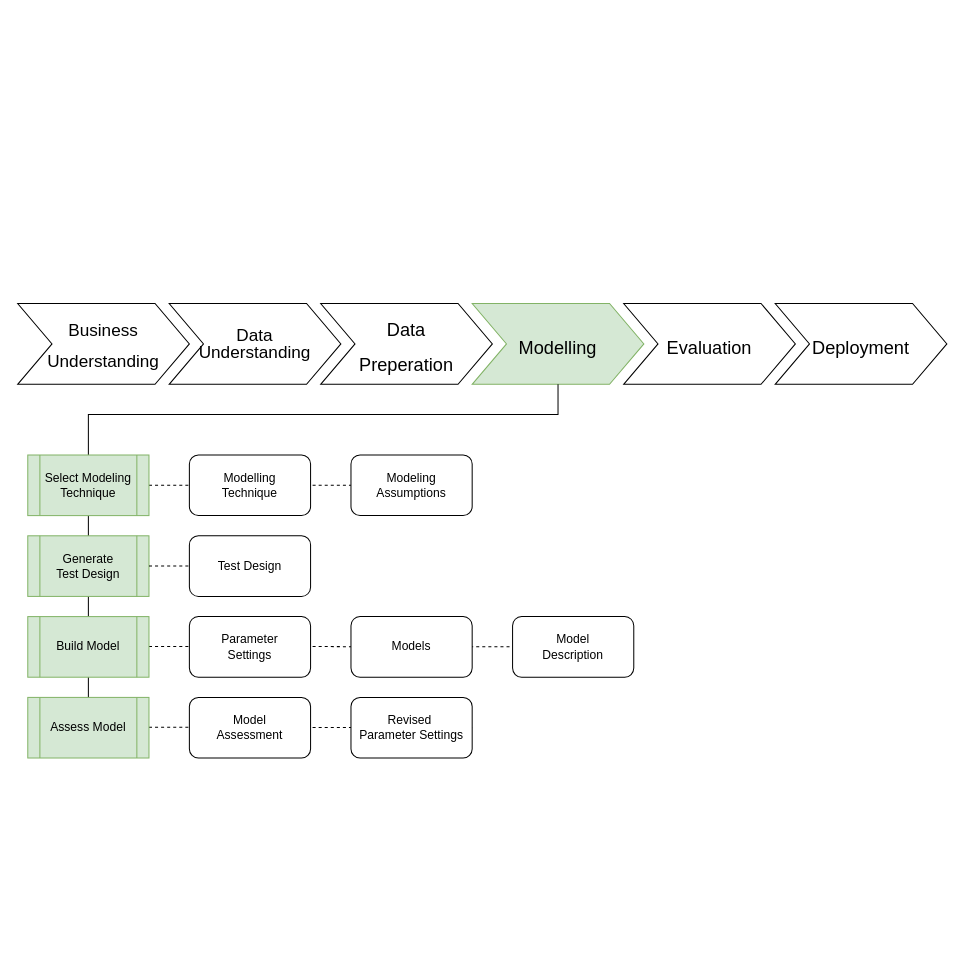
Before: page "Phase 3 Modelling" (4 of 7) of drawings/CRISP_ML(Q)_Phases.drawio in dominik-pichler/CRISPy-Framework, a draw.io diagram. Source tidied: cells renumbered, new cells numbered last; positions are measured from the earlier drawing's top-left corner, leaving out a move shared by most shapes. Both pictures are drawn from the tidied source at 101%, with x=0, y=0 at pixel (17, 303).
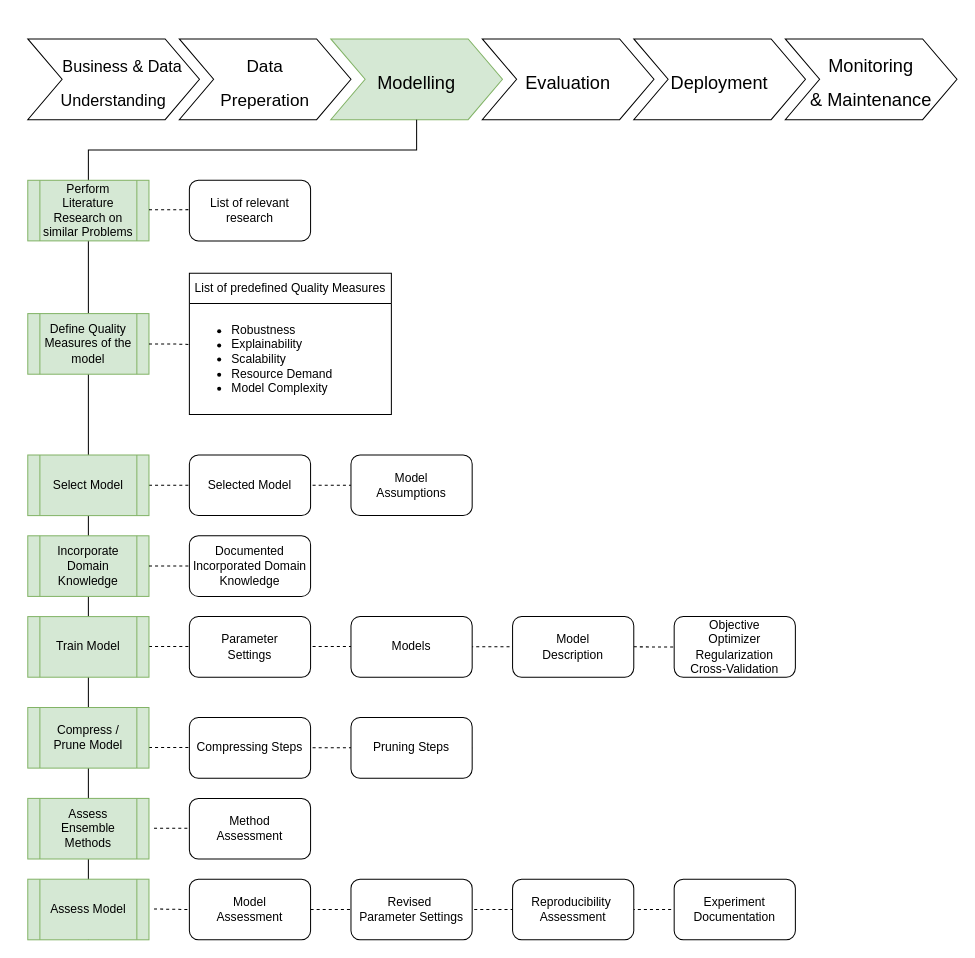
After the change.

Unchanged cells that the change refers to:
```xml
<mxCell id="25" value="Model &lt;br&gt;Description" style="rounded=1;whiteSpace=wrap;html=1;" parent="1" vertex="1">
  <mxGeometry x="490" y="310" width="120" height="60" as="geometry" />
</mxCell>
```

The edit, as a diff of the source:
```diff
@@
-    <mxCell id="2" style="endArrow=none;dashed=1;html=1;rounded=0;" parent="1" edge="1">
-      <mxGeometry relative="1" as="geometry">
-        <mxPoint x="130" y="419.5" as="sourcePoint" />
-        <mxPoint x="450" y="420" as="targetPoint" />
-      </mxGeometry>
+    <mxCell id="2" style="endArrow=none;dashed=1;html=1;rounded=0;entryX=0;entryY=0.5;entryDx=0;entryDy=0;" parent="1" edge="1" source="19" target="40">
+      <mxGeometry relative="1" as="geometry" />
     </mxCell>
@@
-    <mxCell id="5" style="endArrow=none;dashed=1;html=1;rounded=0;" parent="1" edge="1" target="25">
+    <mxCell id="5" style="endArrow=none;dashed=1;html=1;rounded=0;entryX=0;entryY=0.5;entryDx=0;entryDy=0;" parent="1" edge="1" target="31">
       <mxGeometry relative="1" as="geometry">
         <mxPoint x="130" y="339.5" as="sourcePoint" />
       </mxGeometry>
     </mxCell>
-    <mxCell id="6" value="&lt;p style=&quot;line-height: 90%; font-size: 17px;&quot;&gt;&lt;font style=&quot;font-size: 17px;&quot;&gt;Data &lt;br&gt;Understanding&lt;/font&gt;&lt;/p&gt;" style="shape=step;whiteSpace=wrap;html=1;fontSize=28;" parent="1" vertex="1">
-      <mxGeometry x="150" width="170" height="80" as="geometry" />
-    </mxCell>
-    <mxCell id="7" value="&lt;p style=&quot;line-height: 90%;&quot;&gt;&lt;font style=&quot;font-size: 17px;&quot;&gt;Business Understanding&lt;/font&gt;&lt;/p&gt;" style="shape=step;whiteSpace=wrap;html=1;fontSize=28;" parent="1" vertex="1">
-      <mxGeometry width="170" height="80" as="geometry" />
-    </mxCell>
-    <mxCell id="8" value="&lt;font style=&quot;font-size: 18px;&quot;&gt;Data &lt;br&gt;Preperation&lt;/font&gt;" style="shape=step;whiteSpace=wrap;html=1;fontSize=28;" parent="1" vertex="1">
-      <mxGeometry x="300" width="170" height="80" as="geometry" />
+    <mxCell id="8" value="&lt;font style=&quot;&quot;&gt;&lt;font style=&quot;font-size: 17px;&quot;&gt;Data &lt;/font&gt;&lt;br&gt;&lt;font style=&quot;font-size: 17px;&quot;&gt;Preperation&lt;/font&gt;&lt;/font&gt;" style="shape=step;whiteSpace=wrap;html=1;fontSize=28;" parent="1" vertex="1">
+      <mxGeometry x="160" y="-262" width="170" height="80" as="geometry" />
     </mxCell>
     <mxCell id="9" value="&lt;font style=&quot;font-size: 18px;&quot;&gt;Modelling&lt;/font&gt;" style="shape=step;whiteSpace=wrap;html=1;fontSize=28;fillColor=#d5e8d4;strokeColor=#82b366;" parent="1" vertex="1">
-      <mxGeometry x="450" width="170" height="80" as="geometry" />
+      <mxGeometry x="310" y="-262" width="170" height="80" as="geometry" />
     </mxCell>
     <mxCell id="10" value="&lt;font style=&quot;font-size: 18px;&quot;&gt;Evaluation&lt;/font&gt;" style="shape=step;whiteSpace=wrap;html=1;fontSize=28;" parent="1" vertex="1">
-      <mxGeometry x="600" width="170" height="80" as="geometry" />
+      <mxGeometry x="460" y="-262" width="170" height="80" as="geometry" />
     </mxCell>
     <mxCell id="11" value="&lt;font style=&quot;font-size: 18px;&quot;&gt;Deployment&lt;/font&gt;" style="shape=step;whiteSpace=wrap;html=1;fontSize=28;" parent="1" vertex="1">
-      <mxGeometry x="750" width="170" height="80" as="geometry" />
+      <mxGeometry x="610" y="-262" width="170" height="80" as="geometry" />
     </mxCell>
     <mxCell id="12" style="endArrow=none;html=1;rounded=0;exitX=0.5;exitY=0;exitDx=0;exitDy=0;edgeStyle=orthogonalEdgeStyle;entryX=0.5;entryY=1;entryDx=0;entryDy=0;" parent="1" edge="1" source="21" target="9">
       <mxGeometry relative="1" as="geometry">
         <Array as="points">
-          <mxPoint x="70" y="110" />
-          <mxPoint x="535" y="110" />
+          <mxPoint x="70" y="-152" />
+          <mxPoint x="395" y="-152" />
         </Array>
       </mxGeometry>
     </mxCell>
-    <mxCell id="13" value="Generate&lt;br&gt;Test Design" style="shape=process;whiteSpace=wrap;html=1;backgroundOutline=1;fillColor=#d5e8d4;strokeColor=#82b366;" parent="1" vertex="1">
+    <mxCell id="13" value="Incorporate Domain Knowledge" style="shape=process;whiteSpace=wrap;html=1;backgroundOutline=1;fillColor=#d5e8d4;strokeColor=#82b366;" parent="1" vertex="1">
       <mxGeometry x="10" y="230" width="120" height="60" as="geometry" />
     </mxCell>
-    <mxCell id="14" value="Build Model" style="shape=process;whiteSpace=wrap;html=1;backgroundOutline=1;fillColor=#d5e8d4;strokeColor=#82b366;glass=0;shadow=0;" parent="1" vertex="1">
+    <mxCell id="14" value="Train Model" style="shape=process;whiteSpace=wrap;html=1;backgroundOutline=1;fillColor=#d5e8d4;strokeColor=#82b366;glass=0;shadow=0;" parent="1" vertex="1">
       <mxGeometry x="10" y="310" width="120" height="60" as="geometry" />
     </mxCell>
     <mxCell id="15" value="Assess Model" style="shape=process;whiteSpace=wrap;html=1;backgroundOutline=1;fillColor=#d5e8d4;strokeColor=#82b366;" parent="1" vertex="1">
-      <mxGeometry x="10" y="390" width="120" height="60" as="geometry" />
+      <mxGeometry x="10" y="570" width="120" height="60" as="geometry" />
     </mxCell>
@@
-    <mxCell id="18" value="Test Design" style="rounded=1;whiteSpace=wrap;html=1;" parent="1" vertex="1">
+    <mxCell id="18" value="Documented Incorporated Domain Knowledge" style="rounded=1;whiteSpace=wrap;html=1;" parent="1" vertex="1">
       <mxGeometry x="170" y="230" width="120" height="60" as="geometry" />
     </mxCell>
-    <mxCell id="19" value="Model &lt;br&gt;Assessment" style="rounded=1;whiteSpace=wrap;html=1;" parent="1" vertex="1">
-      <mxGeometry x="170" y="390" width="120" height="60" as="geometry" />
-    </mxCell>
     <mxCell id="20" value="Revised&amp;nbsp;&lt;br&gt;Parameter Settings" style="rounded=1;whiteSpace=wrap;html=1;" parent="1" vertex="1">
-      <mxGeometry x="330" y="390" width="120" height="60" as="geometry" />
+      <mxGeometry x="330" y="570" width="120" height="60" as="geometry" />
     </mxCell>
-    <mxCell id="21" value="Select Modeling Technique" style="shape=process;whiteSpace=wrap;html=1;backgroundOutline=1;fillColor=#d5e8d4;strokeColor=#82b366;" parent="1" vertex="1">
+    <mxCell id="21" value="Select Model" style="shape=process;whiteSpace=wrap;html=1;backgroundOutline=1;fillColor=#d5e8d4;strokeColor=#82b366;" parent="1" vertex="1">
       <mxGeometry x="10" y="150" width="120" height="60" as="geometry" />
     </mxCell>
-    <mxCell id="22" value="Modelling &lt;br&gt;Technique" style="rounded=1;whiteSpace=wrap;html=1;" parent="1" vertex="1">
+    <mxCell id="22" value="Selected Model" style="rounded=1;whiteSpace=wrap;html=1;" parent="1" vertex="1">
       <mxGeometry x="170" y="150" width="120" height="60" as="geometry" />
     </mxCell>
-    <mxCell id="23" value="Modeling Assumptions" style="rounded=1;whiteSpace=wrap;html=1;" parent="1" vertex="1">
+    <mxCell id="23" value="Model&lt;br&gt;Assumptions" style="rounded=1;whiteSpace=wrap;html=1;" parent="1" vertex="1">
       <mxGeometry x="330" y="150" width="120" height="60" as="geometry" />
     </mxCell>
@@
+    <mxCell id="26" value="Perform Literature Research on similar Problems" style="shape=process;whiteSpace=wrap;html=1;backgroundOutline=1;fillColor=#d5e8d4;strokeColor=#82b366;" parent="1" vertex="1">
+      <mxGeometry x="10" y="-122" width="120" height="60" as="geometry" />
+    </mxCell>
+    <mxCell id="27" value="Define Quality Measures of the model" style="shape=process;whiteSpace=wrap;html=1;backgroundOutline=1;fillColor=#d5e8d4;strokeColor=#82b366;" parent="1" vertex="1">
+      <mxGeometry x="10" y="10" width="120" height="60" as="geometry" />
+    </mxCell>
+    <mxCell id="28" value="List of predefined Quality Measures" style="swimlane;fontStyle=0;horizontal=1;startSize=30;whiteSpace=wrap;html=1;" parent="1" vertex="1">
+      <mxGeometry x="170" y="-30" width="200" height="140" as="geometry" />
+    </mxCell>
+    <mxCell id="29" value="&lt;ul&gt;&lt;li&gt;&lt;span style=&quot;background-color: initial;&quot;&gt;Robustness&lt;/span&gt;&lt;/li&gt;&lt;li&gt;&lt;span style=&quot;background-color: initial;&quot;&gt;Explainability&lt;/span&gt;&lt;br&gt;&lt;/li&gt;&lt;li&gt;&lt;span style=&quot;background-color: initial;&quot;&gt;Scalability&lt;/span&gt;&lt;/li&gt;&lt;li&gt;&lt;span style=&quot;background-color: initial;&quot;&gt;Resource Demand&lt;/span&gt;&lt;/li&gt;&lt;li&gt;&lt;span style=&quot;background-color: initial;&quot;&gt;Model Complexity&lt;/span&gt;&lt;/li&gt;&lt;/ul&gt;" style="text;strokeColor=none;fillColor=none;html=1;whiteSpace=wrap;verticalAlign=middle;overflow=hidden;" parent="28" vertex="1">
+      <mxGeometry y="30" width="200" height="110" as="geometry" />
+    </mxCell>
+    <mxCell id="30" style="edgeStyle=orthogonalEdgeStyle;rounded=0;jettySize=auto;html=1;exitX=1;exitY=0.5;exitDx=0;exitDy=0;entryX=0.003;entryY=0.369;entryDx=0;entryDy=0;entryPerimeter=0;endArrow=none;endFill=0;dashed=1;" parent="1" edge="1" source="27" target="29">
+      <mxGeometry relative="1" as="geometry" />
+    </mxCell>
+    <mxCell id="31" value="Objective&lt;div&gt;Optimizer&lt;/div&gt;&lt;div&gt;Regularization&lt;/div&gt;&lt;div&gt;Cross-Validation&lt;/div&gt;" style="rounded=1;whiteSpace=wrap;html=1;" parent="1" vertex="1">
+      <mxGeometry x="650" y="310" width="120" height="60" as="geometry" />
+    </mxCell>
+    <mxCell id="32" style="endArrow=none;dashed=1;html=1;rounded=0;" parent="1" edge="1">
+      <mxGeometry relative="1" as="geometry">
+        <mxPoint x="130" y="439.5" as="sourcePoint" />
+        <mxPoint x="450" y="440" as="targetPoint" />
+      </mxGeometry>
+    </mxCell>
+    <mxCell id="33" value="Compress / Prune Model" style="shape=process;whiteSpace=wrap;html=1;backgroundOutline=1;fillColor=#d5e8d4;strokeColor=#82b366;" parent="1" vertex="1">
+      <mxGeometry x="10" y="400" width="120" height="60" as="geometry" />
+    </mxCell>
+    <mxCell id="34" value="Compressing Steps" style="rounded=1;whiteSpace=wrap;html=1;" parent="1" vertex="1">
+      <mxGeometry x="170" y="410" width="120" height="60" as="geometry" />
+    </mxCell>
+    <mxCell id="35" value="Pruning Steps" style="rounded=1;whiteSpace=wrap;html=1;" parent="1" vertex="1">
+      <mxGeometry x="330" y="410" width="120" height="60" as="geometry" />
+    </mxCell>
+    <mxCell id="36" style="endArrow=none;dashed=1;html=1;rounded=0;entryX=1;entryY=0.5;entryDx=0;entryDy=0;" parent="1" edge="1" target="38">
+      <mxGeometry relative="1" as="geometry">
+        <mxPoint x="135" y="519.5" as="sourcePoint" />
+      </mxGeometry>
+    </mxCell>
+    <mxCell id="37" value="Assess Ensemble Methods" style="shape=process;whiteSpace=wrap;html=1;backgroundOutline=1;fillColor=#d5e8d4;strokeColor=#82b366;" parent="1" vertex="1">
+      <mxGeometry x="10" y="490" width="120" height="60" as="geometry" />
+    </mxCell>
+    <mxCell id="38" value="Method&lt;br&gt;Assessment" style="rounded=1;whiteSpace=wrap;html=1;" parent="1" vertex="1">
+      <mxGeometry x="170" y="490" width="120" height="60" as="geometry" />
+    </mxCell>
+    <mxCell id="39" value="Reproducibility&amp;nbsp;&lt;br&gt;Assessment" style="rounded=1;whiteSpace=wrap;html=1;" parent="1" vertex="1">
+      <mxGeometry x="490" y="570" width="120" height="60" as="geometry" />
+    </mxCell>
+    <mxCell id="40" value="Experiment Documentation" style="rounded=1;whiteSpace=wrap;html=1;" parent="1" vertex="1">
+      <mxGeometry x="650" y="570" width="120" height="60" as="geometry" />
+    </mxCell>
+    <mxCell id="41" style="endArrow=none;dashed=1;html=1;rounded=0;entryX=0;entryY=0.5;entryDx=0;entryDy=0;" parent="1" edge="1" target="19">
+      <mxGeometry relative="1" as="geometry">
+        <mxPoint x="135" y="599.5" as="sourcePoint" />
+      </mxGeometry>
+    </mxCell>
+    <mxCell id="19" value="Model &lt;br&gt;Assessment" style="rounded=1;whiteSpace=wrap;html=1;" parent="1" vertex="1">
+      <mxGeometry x="170" y="570" width="120" height="60" as="geometry" />
+    </mxCell>
+    <mxCell id="42" value="&lt;p&gt;&lt;span style=&quot;font-size: 18px; background-color: initial;&quot;&gt;Monitoring &lt;br&gt;&amp;amp; Maintenance&lt;/span&gt;&lt;/p&gt;" style="shape=step;whiteSpace=wrap;html=1;fontSize=28;" parent="1" vertex="1">
+      <mxGeometry x="760" y="-262" width="170" height="80" as="geometry" />
+    </mxCell>
+    <mxCell id="43" value="&lt;p&gt;&lt;font style=&quot;font-size: 16px;&quot;&gt;&amp;nbsp; &amp;nbsp; Business &amp;amp; Data Understanding&lt;/font&gt;&lt;/p&gt;" style="shape=step;whiteSpace=wrap;html=1;fontSize=28;" parent="1" vertex="1">
+      <mxGeometry x="10" y="-262" width="170" height="80" as="geometry" />
+    </mxCell>
+    <mxCell id="44" value="List of relevant research" style="rounded=1;whiteSpace=wrap;html=1;" parent="1" vertex="1">
+      <mxGeometry x="170" y="-122" width="120" height="60" as="geometry" />
+    </mxCell>
+    <mxCell id="45" style="edgeStyle=orthogonalEdgeStyle;rounded=0;jettySize=auto;html=1;exitX=1;exitY=0.5;exitDx=0;exitDy=0;entryX=0.002;entryY=0.484;entryDx=0;entryDy=0;entryPerimeter=0;endArrow=none;endFill=0;dashed=1;" parent="1" edge="1" target="44">
+      <mxGeometry relative="1" as="geometry">
+        <mxPoint x="130" y="-92.8" as="sourcePoint" />
+        <Array as="points">
+          <mxPoint x="150" y="-93" />
+        </Array>
+      </mxGeometry>
+    </mxCell>
```
